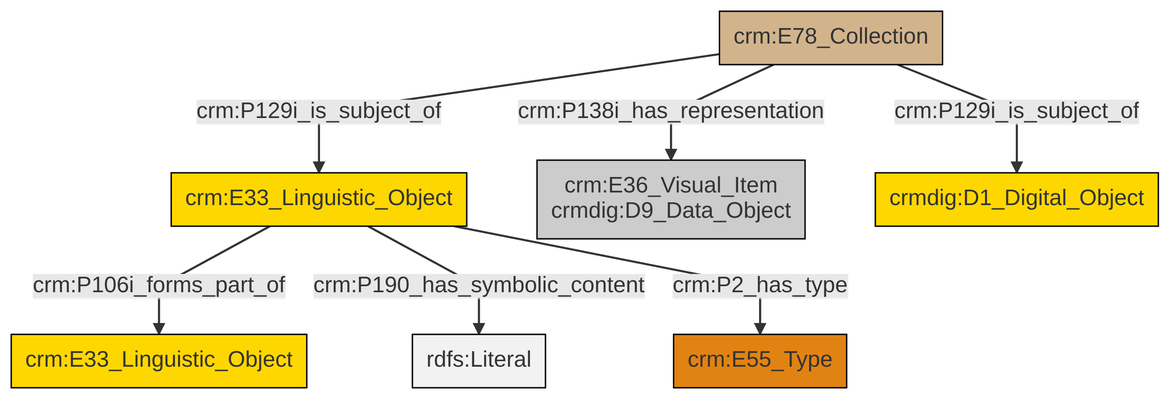
Above: et/archivalCSV/ttl/mmd/png/archival_docs.png in swiss-art-research-net/docs.swissartresearch (Mermaid), before the change. Its source is kept beside it as et/archivalCSV/ttl/mmd/archival_docs.ttl.mmd.
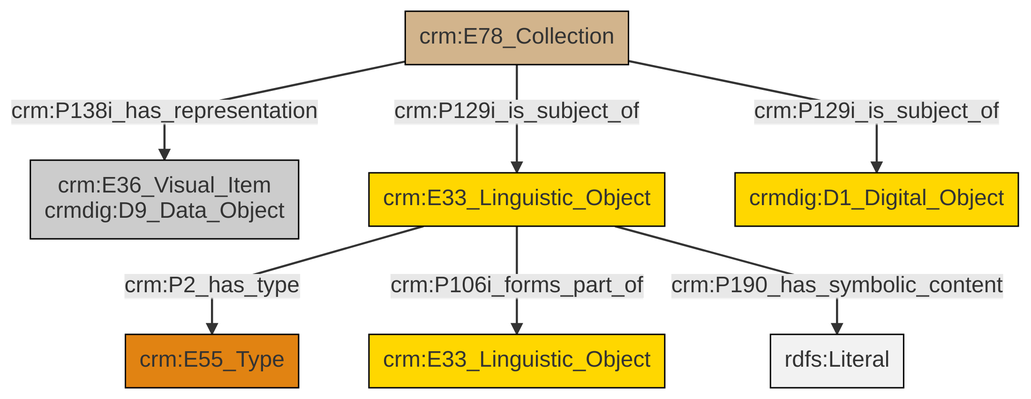
Above is the later version.

The edit, as a diff of the source:
```diff
@@ -14,8 +14,8 @@
 classDef Multi fill:#cccccc,stroke:#000000;
 
 2["crm:E78_Collection"]:::Physical_Thing -->|crm:P129i_is_subject_of| 3["crm:E33_Linguistic_Object"]:::Conceptual_Object
-2["crm:E78_Collection"]:::Physical_Thing -->|crm:P138i_has_representation| 4["crm:E36_Visual_Item<br>crmdig:D9_Data_Object"]:::Multi
-2["crm:E78_Collection"]:::Physical_Thing -->|crm:P129i_is_subject_of| 10["crmdig:D1_Digital_Object"]:::Conceptual_Object
-3["crm:E33_Linguistic_Object"]:::Conceptual_Object -->|crm:P106i_forms_part_of| 7["crm:E33_Linguistic_Object"]:::Conceptual_Object
-3["crm:E33_Linguistic_Object"]:::Conceptual_Object -->|crm:P190_has_symbolic_content| 11[rdfs:Literal]:::Literal
-3["crm:E33_Linguistic_Object"]:::Conceptual_Object -->|crm:P2_has_type| 0["crm:E55_Type"]:::Type
+2["crm:E78_Collection"]:::Physical_Thing -->|crm:P129i_is_subject_of| 6["crmdig:D1_Digital_Object"]:::Conceptual_Object
+3["crm:E33_Linguistic_Object"]:::Conceptual_Object -->|crm:P2_has_type| 4["crm:E55_Type"]:::Type
+3["crm:E33_Linguistic_Object"]:::Conceptual_Object -->|crm:P106i_forms_part_of| 8["crm:E33_Linguistic_Object"]:::Conceptual_Object
+3["crm:E33_Linguistic_Object"]:::Conceptual_Object -->|crm:P190_has_symbolic_content| 12[rdfs:Literal]:::Literal
+2["crm:E78_Collection"]:::Physical_Thing -->|crm:P138i_has_representation| 0["crm:E36_Visual_Item<br>crmdig:D9_Data_Object"]:::Multi
```
